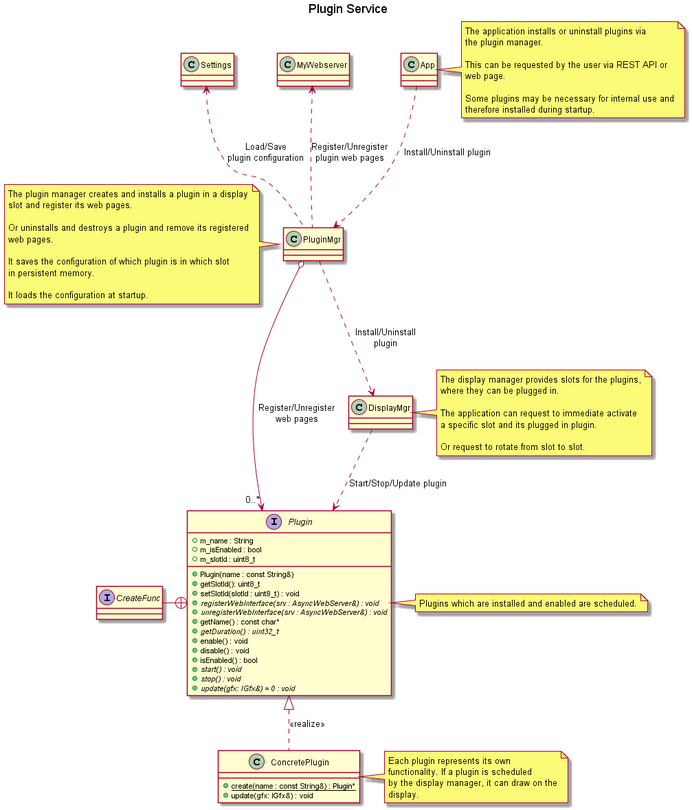
The PlantUML diagram doc/design/plugin-service.png in BlueAndi/Pixelix, before a commit.
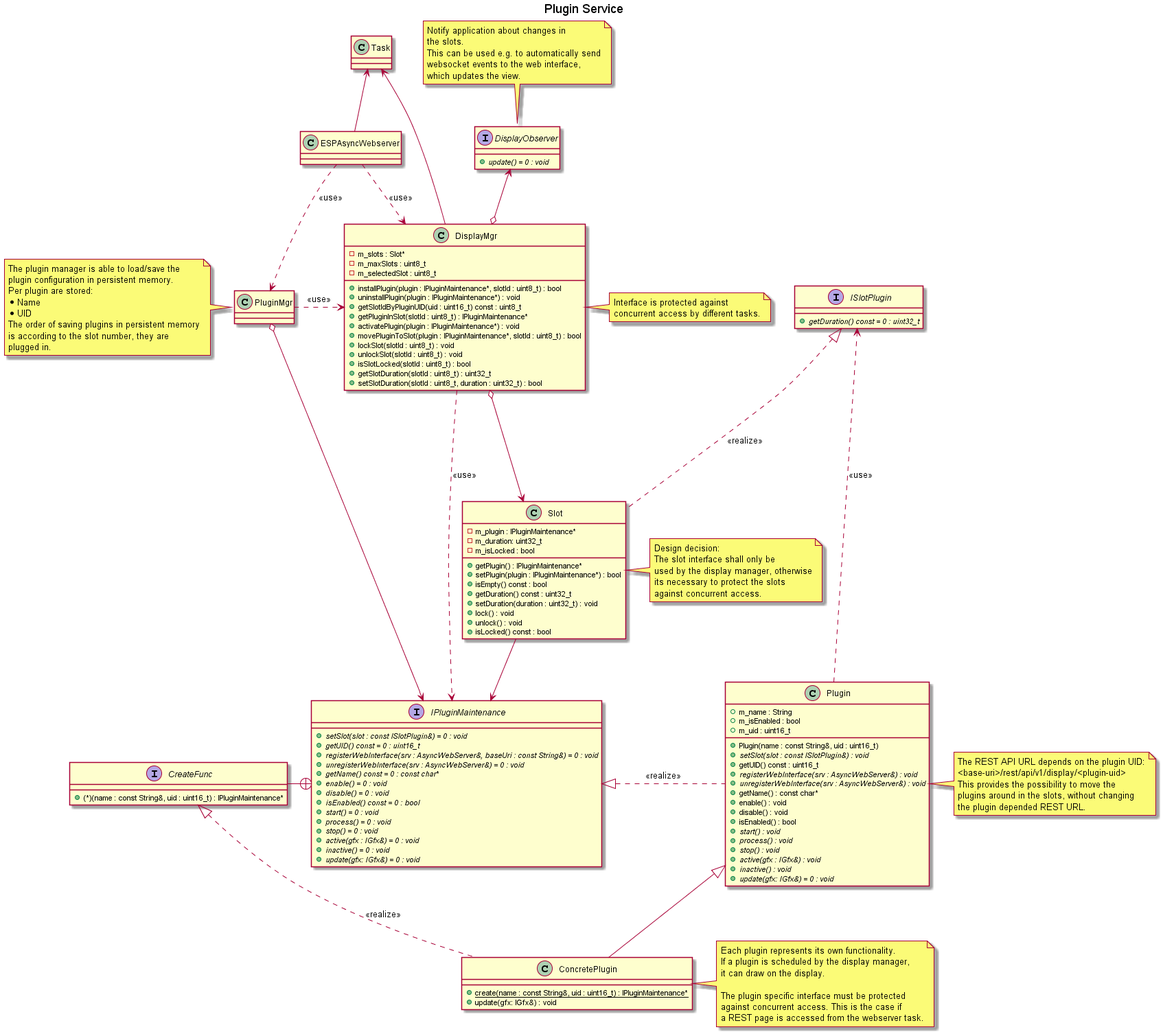
The same file after the commit.

Commit message:
Plugin service design updated.

What changed in the source:
```diff
@@ -2,95 +2,176 @@
 
 title Plugin Service
 
-interface "CreateFunc" as createFunc
+interface IPluginMaintenance {
 
-interface "Plugin" as plugin {
+    + {abstract} setSlot(slot : const ISlotPlugin&) = 0 : void
+    + {abstract} getUID() const = 0 : uint16_t
+    + {abstract} registerWebInterface(srv : AsyncWebServer&, baseUri : const String&) = 0 : void
+    + {abstract} unregisterWebInterface(srv : AsyncWebServer&) = 0 : void
+    + {abstract} getName() const = 0 : const char*
+    + {abstract} enable() = 0 : void
+    + {abstract} disable() = 0 : void
+    + {abstract} isEnabled() const = 0 : bool
+    + {abstract} start() = 0 : void
+    + {abstract} process() = 0 : void
+    + {abstract} stop() = 0 : void
+    + {abstract} active(gfx : IGfx&) = 0 : void
+    + {abstract} inactive() = 0 : void
+    + {abstract} update(gfx: IGfx&) = 0 : void
+}
+
+interface CreateFunc {
+    + (*)(name : const String&, uid : uint16_t) : IPluginMaintenance*
+}
+
+class Plugin {
 
     + m_name : String
     + m_isEnabled : bool
-    + m_slotId : uint8_t
+    + m_uid : uint16_t
 
-    + Plugin(name : const String&)
-    + getSlotId(): uint8_t
-    + setSlotId(slotId : uint8_t) : void
+    + Plugin(name : const String&, uid : uint16_t)
+    + {abstract} setSlot(slot : const ISlotPlugin&) : void
+    + getUID() const : uint16_t
     + {abstract} registerWebInterface(srv : AsyncWebServer&) : void
     + {abstract} unregisterWebInterface(srv : AsyncWebServer&) : void
     + getName() : const char*
-    + {abstract} getDuration() : uint32_t
     + enable() : void
     + disable() : void
     + isEnabled() : bool
     + {abstract} start() : void
+    + {abstract} process() : void
     + {abstract} stop() : void
+    + {abstract} active(gfx : IGfx&) : void
+    + {abstract} inactive() : void
     + {abstract} update(gfx: IGfx&) = 0 : void
 }
 
-note right of plugin
-    Plugins which are installed and enabled are scheduled.
+note right of Plugin
+    The REST API URL depends on the plugin UID:
+    <base-uri>/rest/api/v1/display/<plugin-uid>
+    This provides the possibility to move the
+    plugins around in the slots, without changing
+    the plugin depended REST URL.
 end note
 
-class "PluginMgr" as pluginMgr
-class "DisplayMgr" as displayMgr
-class "MyWebserver" as myWebserver
-class "App" as app
-class "ConcretePlugin" as concretePlugin {
-    + {static} create(name : const String&) : Plugin*
+class ConcretePlugin {
+    + {static} create(name : const String&, uid : uint16_t) : IPluginMaintenance*
     + update(gfx: IGfx&) : void
 }
 
-class "Settings" as settings
+note right of ConcretePlugin
+    Each plugin represents its own functionality.
+    If a plugin is scheduled by the display manager,
+    it can draw on the display.
 
-app ..> pluginMgr: Install/Uninstall plugin
-
-note right of app
-    The application installs or uninstall plugins via
-    the plugin manager.
-
-    This can be requested by the user via REST API or
-    web page.
-
-    Some plugins may be necessary for internal use and
-    therefore installed during startup.
+    The plugin specific interface must be protected
+    against concurrent access. This is the case if
+    a REST page is accessed from the webserver task.
 end note
 
-plugin +-l- createFunc
-plugin <|.. concretePlugin: <<realize>>
+interface ISlotPlugin {
 
-note right of concretePlugin
-    Each plugin represents its own
-    functionality. If a plugin is scheduled
-    by the display manager, it can draw on the
-    display.
+    + {abstract} getDuration() const = 0 : uint32_t
+}
+
+class Slot {
+    - m_plugin : IPluginMaintenance*
+    - m_duration: uint32_t
+    - m_isLocked : bool
+    + getPlugin() : IPluginMaintenance*
+    + setPlugin(plugin : IPluginMaintenance*) : bool
+    + isEmpty() const : bool
+    + getDuration() const : uint32_t
+    + setDuration(duration : uint32_t) : void
+    + lock() : void
+    + unlock() : void
+    + isLocked() const : bool
+}
+
+note right of Slot
+    Design decision:
+    The slot interface shall only be
+    used by the display manager, otherwise
+    its necessary to protect the slots
+    against concurrent access.
 end note
 
-displayMgr ..> plugin: Start/Stop/Update plugin
+interface DisplayObserver {
+    + {abstract} update() = 0 : void
+}
 
-note right of displayMgr
-    The display manager provides slots for the plugins,
-    where they can be plugged in.
-
-    The application can request to immediate activate
-    a specific slot and its plugged in plugin.
-
-    Or request to rotate from slot to slot.
+note top of DisplayObserver
+    Notify application about changes in
+    the slots.
+    This can be used e.g. to automatically send
+    websocket events to the web interface,
+    which updates the view.
 end note
 
-pluginMgr ..> displayMgr: Install/Uninstall\nplugin
-pluginMgr o--> "0..*" plugin: Register/Unregister\nweb pages
-pluginMgr .u.> myWebserver: Register/Unregister\nplugin web pages
-pluginMgr .u.> settings: Load/Save\nplugin configuration
+class DisplayMgr {
+    - m_slots : Slot*
+    - m_maxSlots : uint8_t
+    - m_selectedSlot : uint8_t
+    + installPlugin(plugin : IPluginMaintenance*, slotId : uint8_t) : bool
+    + uninstallPlugin(plugin : IPluginMaintenance*) : void
+    + getSlotIdByPluginUID(uid : uint16_t) const : uint8_t
+    + getPluginInSlot(slotId : uint8_t) : IPluginMaintenance*
+    + activatePlugin(plugin : IPluginMaintenance*) : void
+    + movePluginToSlot(plugin : IPluginMaintenance*, slotId : uint8_t) : bool
+    + lockSlot(slotId : uint8_t) : void
+    + unlockSlot(slotId : uint8_t) : void
+    + isSlotLocked(slotId : uint8_t) : bool
+    + getSlotDuration(slotId : uint8_t) : uint32_t
+    + setSlotDuration(slotId : uint8_t, duration : uint32_t) : bool
+}
 
-note left of pluginMgr
-    The plugin manager creates and installs a plugin in a display
-    slot and register its web pages.
-
-    Or uninstalls and destroys a plugin and remove its registered
-    web pages.
-
-    It saves the configuration of which plugin is in which slot
-    in persistent memory.
-
-    It loads the configuration at startup.
+note right of DisplayMgr
+    Interface is protected against
+    concurrent access by different tasks.
 end note
 
+class Task
+
+class PluginMgr
+
+note left of PluginMgr
+    The plugin manager is able to load/save the
+    plugin configuration in persistent memory.
+    Per plugin are stored:
+    * Name
+    * UID
+    The order of saving plugins in persistent memory
+    is according to the slot number, they are
+    plugged in.
+end note
+
+class ESPAsyncWebserver
+
+CreateFunc -+ IPluginMaintenance
+
+IPluginMaintenance <|. Plugin: <<realize>>
+ISlotPlugin <.... Plugin: <<use>>
+
+Plugin <|-- ConcretePlugin
+CreateFunc <|.. ConcretePlugin: <<realize>>
+
+ISlotPlugin <|.. Slot: <<realize>>
+
+DisplayMgr ....> IPluginMaintenance: <<use>>
+DisplayMgr o---> Slot
+DisplayMgr o-u-> DisplayObserver
+
+Slot --> IPluginMaintenance
+
+Task <--- DisplayMgr
+
+PluginMgr o--> IPluginMaintenance
+PluginMgr .> DisplayMgr: <<use>>
+
+Task <-- ESPAsyncWebserver
+
+ESPAsyncWebserver ..> DisplayMgr: <<use>>
+ESPAsyncWebserver ..> PluginMgr: <<use>>
+
 @enduml
```
